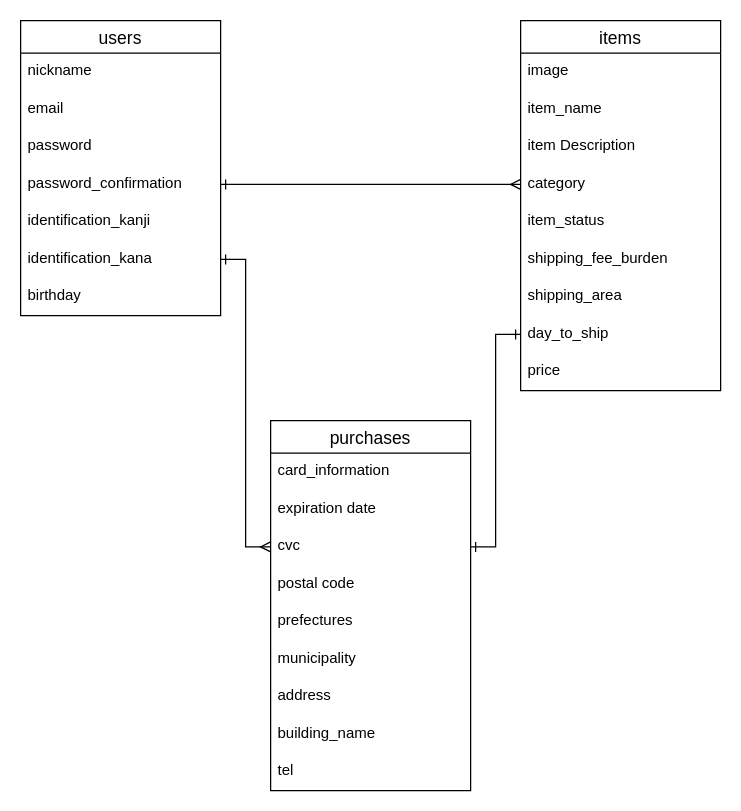
doshara1280/furima-34972 keeps this draw.io diagram as ER.dio. Above is the earlier version. Source tidied: cells renumbered, new cells numbered last; positions are measured from the earlier drawing's top-left corner, leaving out a move shared by most shapes. Both pictures are drawn from the tidied source at 125%, with x=0, y=0 at pixel (20, 20).
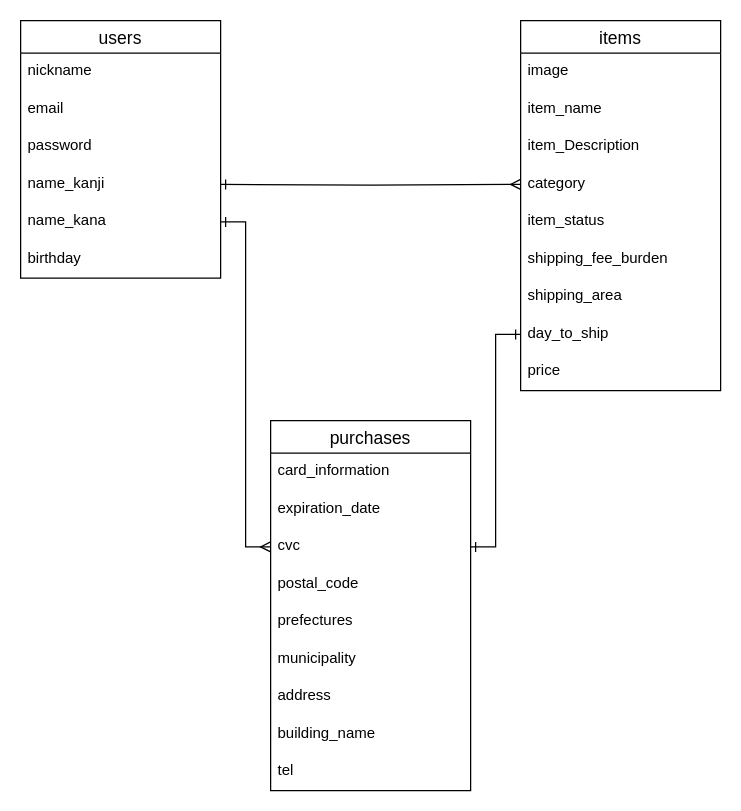
Above is the later version.

The change refers to these unchanged cells:
```xml
<mxCell id="10" value="items" style="swimlane;fontStyle=0;horizontal=1;startSize=26;align=center;fontSize=14;" parent="1" vertex="1">
  <mxGeometry x="400" width="160" height="296" as="geometry" />
</mxCell>
<mxCell id="14" value="category" style="text;strokeColor=none;fillColor=none;spacingLeft=4;spacingRight=4;overflow=hidden;points=[[0,0.5],[1,0.5]];portConstraint=eastwest;fontSize=12;" parent="10" vertex="1">
  <mxGeometry y="116" width="160" height="30" as="geometry" />
</mxCell>
<mxCell id="20" value="purchases" style="swimlane;fontStyle=0;horizontal=1;startSize=26;align=center;fontSize=14;" parent="1" vertex="1">
  <mxGeometry x="200" y="320" width="160" height="296" as="geometry" />
</mxCell>
```

Diff of the diagram source:
```diff
@@
     <mxCell id="2" value="users" style="swimlane;fontStyle=0;horizontal=1;startSize=26;align=center;fontSize=14;" parent="1" vertex="1">
-      <mxGeometry width="160" height="236" as="geometry" />
+      <mxGeometry width="160" height="206" as="geometry" />
     </mxCell>
@@
-    <mxCell id="6" value="password_confirmation" style="text;strokeColor=none;fillColor=none;spacingLeft=4;spacingRight=4;overflow=hidden;points=[[0,0.5],[1,0.5]];portConstraint=eastwest;fontSize=12;" parent="2" vertex="1">
-      <mxGeometry y="116" width="160" height="30" as="geometry" />
-    </mxCell>
-    <mxCell id="7" value="identification_kanji" style="text;strokeColor=none;fillColor=none;spacingLeft=4;spacingRight=4;overflow=hidden;fontSize=12;" parent="2" vertex="1">
-      <mxGeometry y="146" width="160" height="30" as="geometry" />
+    <mxCell id="7" value="name_kanji" style="text;strokeColor=none;fillColor=none;spacingLeft=4;spacingRight=4;overflow=hidden;fontSize=12;" parent="2" vertex="1">
+      <mxGeometry y="116" width="160" height="30" as="geometry" />
     </mxCell>
-    <mxCell id="8" value="identification_kana" style="text;strokeColor=none;fillColor=none;spacingLeft=4;spacingRight=4;overflow=hidden;points=[[0,0.5],[1,0.5]];portConstraint=eastwest;fontSize=12;" parent="2" vertex="1">
-      <mxGeometry y="176" width="160" height="30" as="geometry" />
+    <mxCell id="8" value="name_kana" style="text;strokeColor=none;fillColor=none;spacingLeft=4;spacingRight=4;overflow=hidden;points=[[0,0.5],[1,0.5]];portConstraint=eastwest;fontSize=12;" parent="2" vertex="1">
+      <mxGeometry y="146" width="160" height="30" as="geometry" />
     </mxCell>
     <mxCell id="9" value="birthday" style="text;strokeColor=none;fillColor=none;spacingLeft=4;spacingRight=4;overflow=hidden;fontSize=12;" parent="2" vertex="1">
-      <mxGeometry y="206" width="160" height="30" as="geometry" />
+      <mxGeometry y="176" width="160" height="30" as="geometry" />
     </mxCell>
@@
-    <mxCell id="13" value="item Description" style="text;strokeColor=none;fillColor=none;spacingLeft=4;spacingRight=4;overflow=hidden;fontSize=12;" parent="10" vertex="1">
+    <mxCell id="13" value="item_Description" style="text;strokeColor=none;fillColor=none;spacingLeft=4;spacingRight=4;overflow=hidden;fontSize=12;" parent="10" vertex="1">
       <mxGeometry y="86" width="160" height="30" as="geometry" />
     </mxCell>
@@
-    <mxCell id="22" value="expiration date" style="text;strokeColor=none;fillColor=none;spacingLeft=4;spacingRight=4;overflow=hidden;fontSize=12;" parent="20" vertex="1">
+    <mxCell id="22" value="expiration_date" style="text;strokeColor=none;fillColor=none;spacingLeft=4;spacingRight=4;overflow=hidden;fontSize=12;" parent="20" vertex="1">
       <mxGeometry y="56" width="160" height="30" as="geometry" />
     </mxCell>
@@
-    <mxCell id="24" value="postal code" style="text;strokeColor=none;fillColor=none;spacingLeft=4;spacingRight=4;overflow=hidden;fontSize=12;" parent="20" vertex="1">
+    <mxCell id="24" value="postal_code" style="text;strokeColor=none;fillColor=none;spacingLeft=4;spacingRight=4;overflow=hidden;fontSize=12;" parent="20" vertex="1">
       <mxGeometry y="116" width="160" height="30" as="geometry" />
     </mxCell>
@@
-    <mxCell id="30" style="edgeStyle=orthogonalEdgeStyle;rounded=0;jettySize=auto;html=1;exitX=1;exitY=0.5;exitDx=0;exitDy=0;entryX=0;entryY=0.5;entryDx=0;entryDy=0;endArrow=ERmany;endFill=0;startArrow=ERone;startFill=0;" parent="1" edge="1" source="6" target="14">
-      <mxGeometry relative="1" as="geometry" />
+    <mxCell id="30" style="edgeStyle=orthogonalEdgeStyle;rounded=0;jettySize=auto;html=1;exitX=1;exitY=0.5;exitDx=0;exitDy=0;entryX=0;entryY=0.5;entryDx=0;entryDy=0;endArrow=ERmany;endFill=0;startArrow=ERone;startFill=0;" parent="1" edge="1" target="14">
+      <mxGeometry relative="1" as="geometry">
+        <mxPoint x="160" y="131" as="sourcePoint" />
+      </mxGeometry>
     </mxCell>
```
